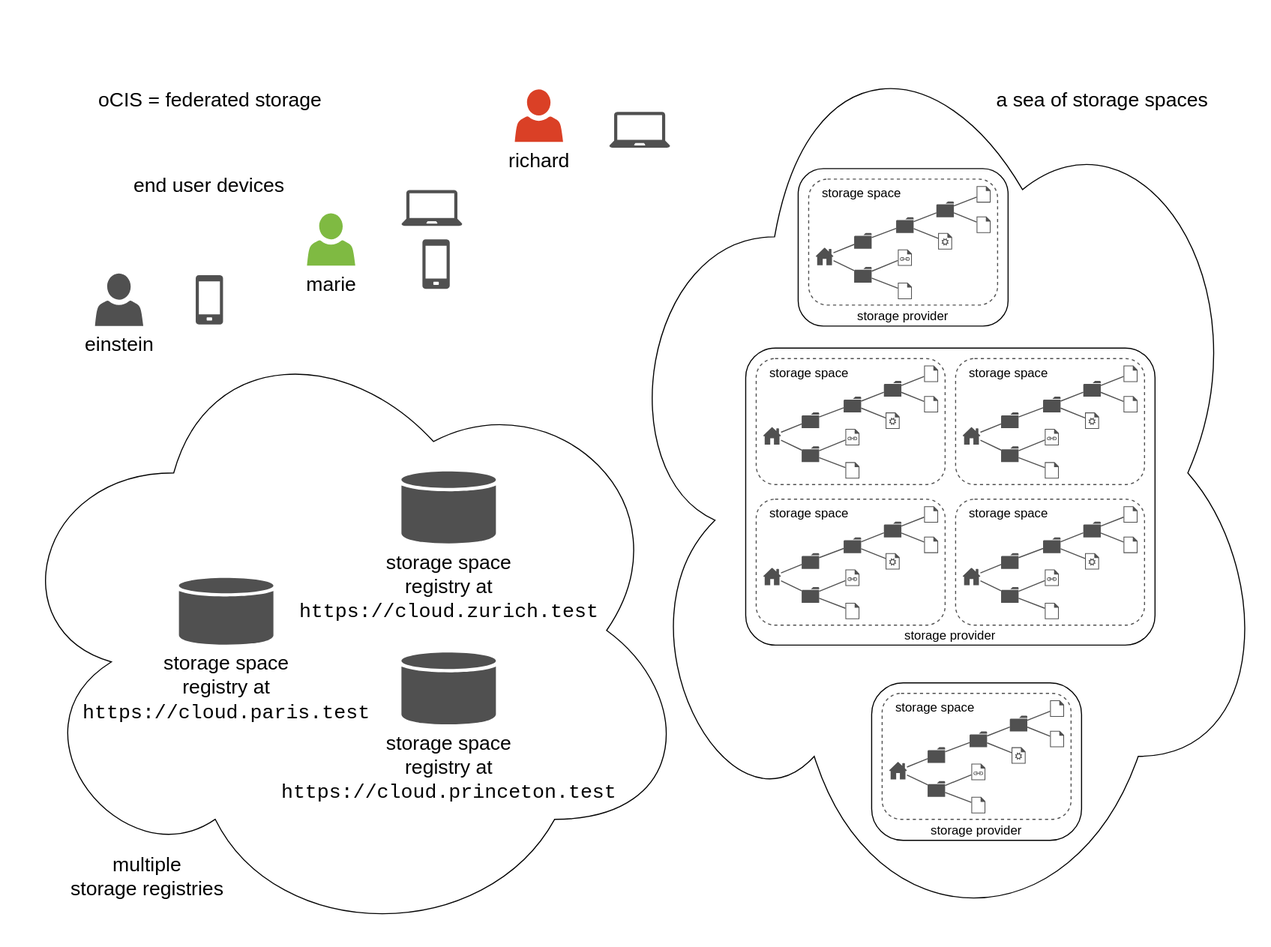
Above: modules/ROOT/images/architecture/idea.drawio.svg in owncloud/docs-ocis (draw.io), before the change. Source tidied: cells renumbered, new cells last; positions are measured from the earlier drawing's top-left corner, leaving out a move shared by most shapes.
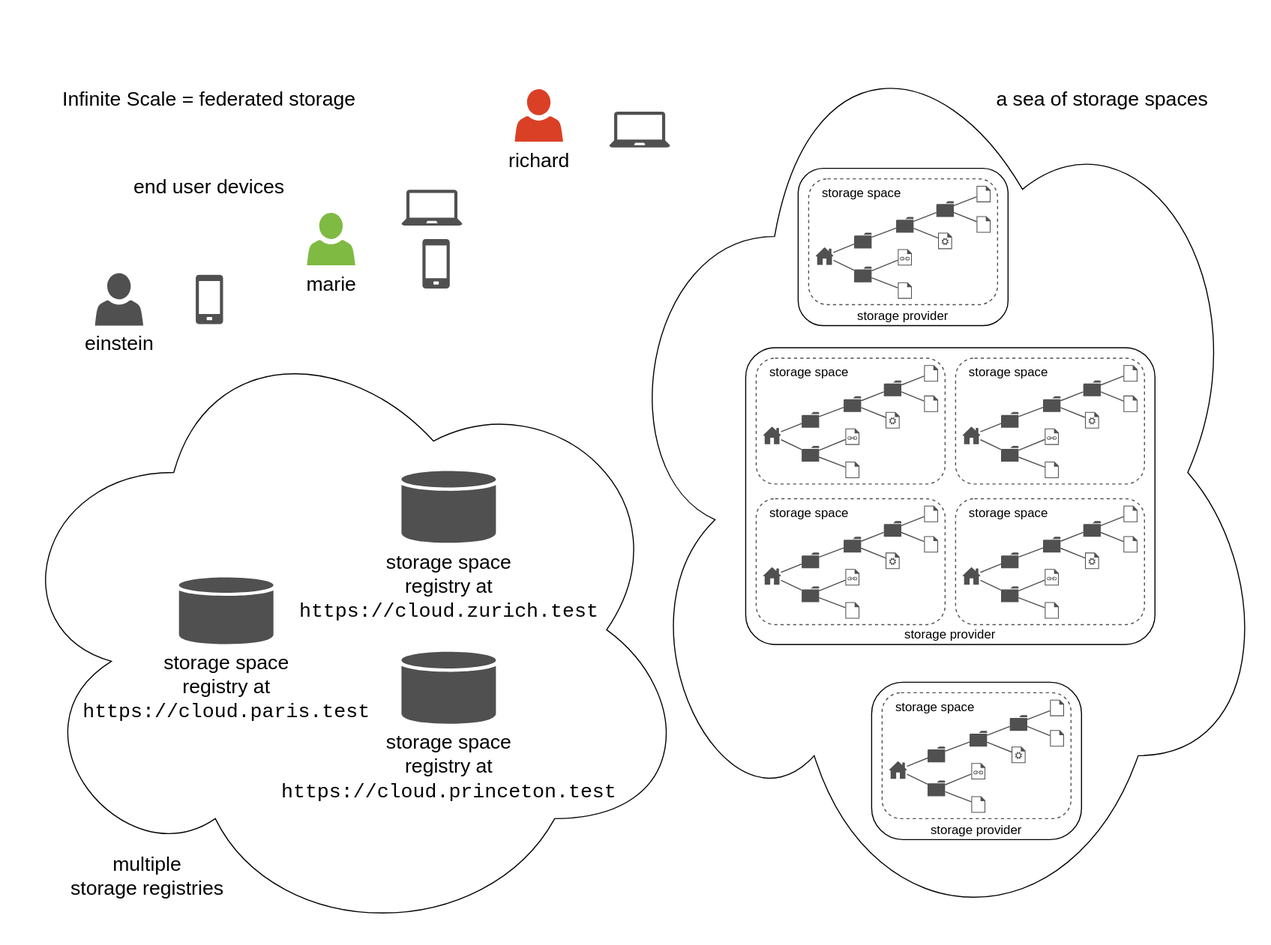
The same file after the commit.

Change to the diagram source:
```diff
@@ -392,8 +392,8 @@
     <mxCell id="131" value="storage space&lt;br&gt;registry at&lt;br&gt;&lt;font face=&quot;Courier New&quot;&gt;https://cloud.princeton.test&lt;/font&gt;" style="shadow=0;dashed=0;html=1;strokeColor=none;fillColor=#505050;labelPosition=center;verticalLabelPosition=bottom;verticalAlign=top;align=center;shape=mxgraph.office.databases.database;fontSize=19;" parent="1" vertex="1">
       <mxGeometry x="382" y="621" width="90" height="69" as="geometry" />
     </mxCell>
-    <mxCell id="132" value="oCIS = federated storage" style="text;html=1;strokeColor=none;fillColor=none;align=center;verticalAlign=middle;whiteSpace=wrap;rounded=0;fontSize=19;" parent="1" vertex="1">
-      <mxGeometry x="70" y="75" width="260" height="40" as="geometry" />
+    <mxCell id="132" value="Infinite Scale = federated storage" style="text;html=1;strokeColor=none;fillColor=none;align=center;verticalAlign=middle;whiteSpace=wrap;rounded=0;fontSize=19;" parent="1" vertex="1">
+      <mxGeometry x="54" y="75" width="290" height="40" as="geometry" />
     </mxCell>
     <mxCell id="133" value="multiple&lt;br&gt;storage registries" style="text;html=1;strokeColor=none;fillColor=none;align=center;verticalAlign=middle;whiteSpace=wrap;rounded=0;fontSize=19;" parent="1" vertex="1">
       <mxGeometry x="50" y="810" width="180" height="50" as="geometry" />
```
